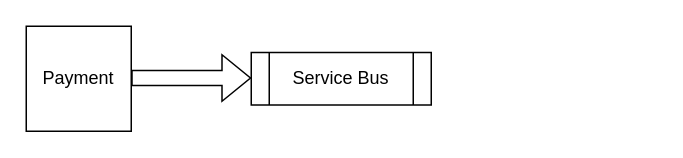
Above: Untitled Diagram.drawio in DungNguyen0209/Documents (draw.io), before the change. Source tidied: cells renumbered, new cells numbered last; positions are measured from the earlier drawing's top-left corner, leaving out a move shared by most shapes. Both pictures are drawn from the tidied source at 150%, with x=0, y=0 at pixel (26, 26).
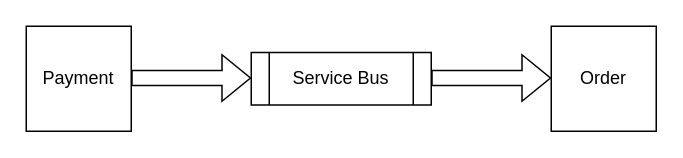
Above is the later version.

Change to the diagram source:
```diff
@@
 <mxGraphModel>
   <root>
     <mxCell id="0" />
     <mxCell id="1" parent="0" />
     <mxCell id="2" value="Payment" style="whiteSpace=wrap;html=1;" parent="1" vertex="1">
       <mxGeometry width="70" height="70" as="geometry" />
     </mxCell>
     <mxCell id="3" style="shape=flexArrow;endArrow=classic;html=1;rounded=0;" parent="1" edge="1">
       <mxGeometry relative="1" as="geometry">
         <mxPoint x="70" y="34.5" as="sourcePoint" />
         <mxPoint x="150" y="34.5" as="targetPoint" />
       </mxGeometry>
     </mxCell>
     <mxCell id="4" value="Service Bus" style="shape=process;whiteSpace=wrap;html=1;backgroundOutline=1;" parent="1" vertex="1">
       <mxGeometry x="150" y="17.5" width="120" height="35" as="geometry" />
     </mxCell>
+    <mxCell id="5" style="shape=flexArrow;endArrow=classic;html=1;rounded=0;" parent="1" edge="1">
+      <mxGeometry relative="1" as="geometry">
+        <mxPoint x="270" y="34.5" as="sourcePoint" />
+        <mxPoint x="350" y="34.5" as="targetPoint" />
+      </mxGeometry>
+    </mxCell>
+    <mxCell id="6" value="Order" style="whiteSpace=wrap;html=1;" parent="1" vertex="1">
+      <mxGeometry x="350" width="70" height="70" as="geometry" />
+    </mxCell>
   </root>
 </mxGraphModel>
```
